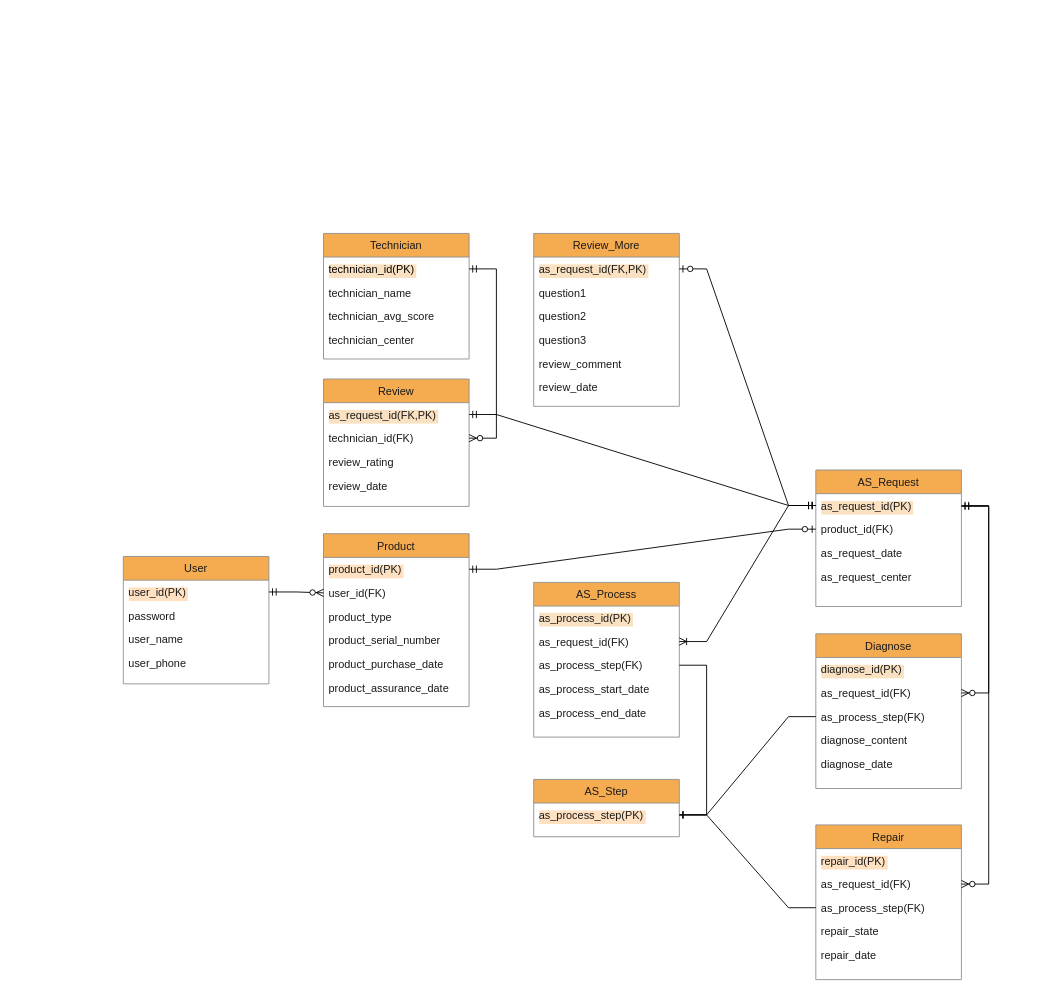
This is 인도 CS DB.drawio from coin-cidence/FIX_crawling, a draw.io file, before an edit. Source tidied: cells renumbered, new cells numbered last; positions are measured from the earlier drawing's top-left corner, leaving out a move shared by most shapes. Both pictures are drawn from the tidied source at 91%, with x=0, y=0 at pixel (123, 233).
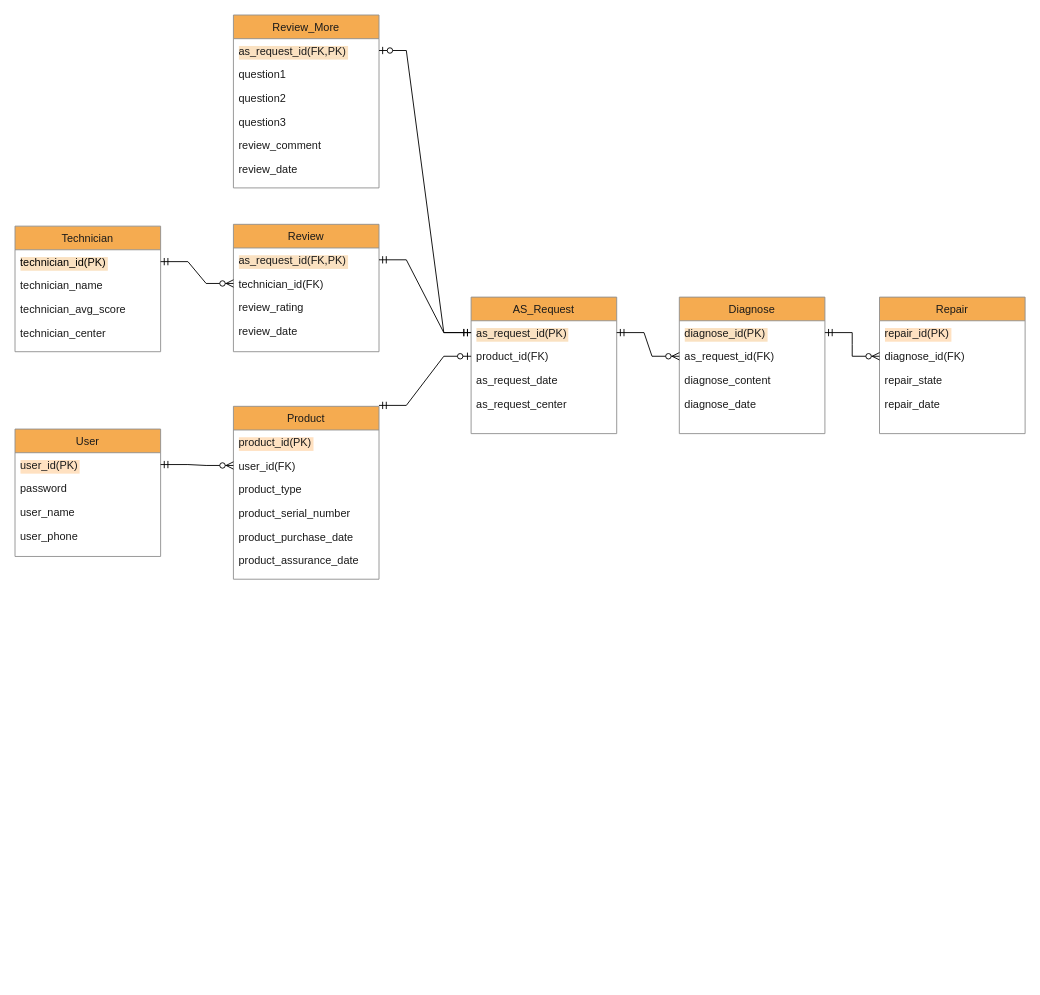
After the change.

Commit message:
인도 CS DB.drawio 업데이트

The change refers to these unchanged cells:
```xml
<mxCell id="8" value="diagnose_id(PK)" style="text;align=left;verticalAlign=top;spacingLeft=4;spacingRight=4;overflow=hidden;points=[[0,0.5],[1,0.5]];portConstraint=eastwest;fontStyle=0;rounded=0;labelBackgroundColor=#fae1c1;fontColor=#1A1A1A;" parent="7" vertex="1">
  <mxGeometry y="26" width="160" height="26" as="geometry" />
</mxCell>
<mxCell id="9" value="as_request_id(FK)" style="text;align=left;verticalAlign=top;spacingLeft=4;spacingRight=4;overflow=hidden;points=[[0,0.5],[1,0.5]];portConstraint=eastwest;rounded=0;labelBackgroundColor=none;fontColor=#1A1A1A;" parent="7" vertex="1">
  <mxGeometry y="52" width="160" height="26" as="geometry" />
</mxCell>
<mxCell id="20" value="product_id(PK)" style="text;align=left;verticalAlign=top;spacingLeft=4;spacingRight=4;overflow=hidden;points=[[0,0.5],[1,0.5]];portConstraint=eastwest;rounded=0;labelBackgroundColor=#ffe1c1;fontColor=#1A1A1A;" parent="19" vertex="1">
  <mxGeometry y="26" width="160" height="26" as="geometry" />
</mxCell>
<mxCell id="27" value="as_request_id(PK)" style="text;align=left;verticalAlign=top;spacingLeft=4;spacingRight=4;overflow=hidden;points=[[0,0.5],[1,0.5]];portConstraint=eastwest;labelBackgroundColor=#fae1c1;rounded=0;fontColor=#1A1A1A;" parent="26" vertex="1">
  <mxGeometry y="26" width="160" height="26" as="geometry" />
</mxCell>
<mxCell id="28" value="product_id(FK)" style="text;align=left;verticalAlign=top;spacingLeft=4;spacingRight=4;overflow=hidden;points=[[0,0.5],[1,0.5]];portConstraint=eastwest;rounded=0;shadow=0;html=0;labelBackgroundColor=none;fontColor=#1A1A1A;" parent="26" vertex="1">
  <mxGeometry y="52" width="160" height="26" as="geometry" />
</mxCell>
<mxCell id="32" value="technician_id(PK)" style="text;align=left;verticalAlign=top;spacingLeft=4;spacingRight=4;overflow=hidden;points=[[0,0.5],[1,0.5]];portConstraint=eastwest;rounded=0;labelBackgroundColor=#fae1c1;fontColor=#000000;" parent="31" vertex="1">
  <mxGeometry y="26" width="160" height="26" as="geometry" />
</mxCell>
<mxCell id="47" value="technician_id(FK)" style="text;align=left;verticalAlign=top;spacingLeft=4;spacingRight=4;overflow=hidden;points=[[0,0.5],[1,0.5]];portConstraint=eastwest;rounded=0;shadow=0;html=0;labelBackgroundColor=none;fontColor=#1A1A1A;" parent="45" vertex="1">
  <mxGeometry y="52" width="160" height="26" as="geometry" />
</mxCell>
```

Diff of the diagram source:
```diff
@@
     <mxCell id="2" value="User" style="swimlane;fontStyle=0;align=center;verticalAlign=top;horizontal=1;startSize=26;rounded=0;shadow=0;strokeWidth=1;labelBackgroundColor=none;fillColor=#F5AB50;strokeColor=#909090;fontColor=#1A1A1A;" parent="1" vertex="1">
-      <mxGeometry y="355" width="160" height="140" as="geometry" />
+      <mxGeometry x="-119" y="215" width="160" height="140" as="geometry" />
     </mxCell>
@@
     <mxCell id="7" value="Diagnose" style="swimlane;fontStyle=0;align=center;verticalAlign=top;horizontal=1;startSize=26;rounded=0;shadow=0;strokeWidth=1;labelBackgroundColor=none;fillColor=#F5AB50;strokeColor=#909090;fontColor=#1A1A1A;" parent="1" vertex="1">
-      <mxGeometry x="761" y="440" width="160" height="170" as="geometry" />
+      <mxGeometry x="611" y="70" width="160" height="150" as="geometry" />
     </mxCell>
@@
-    <mxCell id="10" value="as_process_step(FK)" style="text;align=left;verticalAlign=top;spacingLeft=4;spacingRight=4;overflow=hidden;points=[[0,0.5],[1,0.5]];portConstraint=eastwest;rounded=0;labelBackgroundColor=none;fontColor=#1A1A1A;" parent="7" vertex="1">
-      <mxGeometry y="78" width="160" height="26" as="geometry" />
-    </mxCell>
     <mxCell id="11" value="diagnose_content" style="text;align=left;verticalAlign=top;spacingLeft=4;spacingRight=4;overflow=hidden;rounded=0;shadow=0;html=0;labelBackgroundColor=none;fontColor=#1A1A1A;" parent="7" vertex="1">
-      <mxGeometry y="104" width="160" height="26" as="geometry" />
+      <mxGeometry y="78" width="160" height="26" as="geometry" />
     </mxCell>
     <mxCell id="12" value="diagnose_date" style="text;align=left;verticalAlign=top;spacingLeft=4;spacingRight=4;overflow=hidden;rounded=0;shadow=0;html=0;labelBackgroundColor=none;fontColor=#1A1A1A;" parent="7" vertex="1">
-      <mxGeometry y="130" width="160" height="26" as="geometry" />
+      <mxGeometry y="104" width="160" height="26" as="geometry" />
     </mxCell>
-    <mxCell id="13" value="AS_Process" style="swimlane;fontStyle=0;align=center;verticalAlign=top;horizontal=1;startSize=26;rounded=0;shadow=0;strokeWidth=1;labelBackgroundColor=none;fillColor=#F5AB50;strokeColor=#909090;fontColor=#1A1A1A;" parent="1" vertex="1">
-      <mxGeometry x="451" y="383.5" width="160" height="170" as="geometry" />
-    </mxCell>
-    <mxCell id="14" value="as_process_id(PK)" style="text;align=left;verticalAlign=top;spacingLeft=4;spacingRight=4;overflow=hidden;rounded=0;labelBackgroundColor=#fae1c1;fontColor=#1A1A1A;" parent="13" vertex="1">
-      <mxGeometry y="26" width="160" height="26" as="geometry" />
-    </mxCell>
-    <mxCell id="15" value="as_request_id(FK)" style="text;align=left;verticalAlign=top;spacingLeft=4;spacingRight=4;overflow=hidden;points=[[0,0.5],[1,0.5]];portConstraint=eastwest;rounded=0;labelBackgroundColor=none;fontColor=#1A1A1A;" parent="13" vertex="1">
-      <mxGeometry y="52" width="160" height="26" as="geometry" />
-    </mxCell>
-    <mxCell id="16" value="as_process_step(FK)" style="text;align=left;verticalAlign=top;spacingLeft=4;spacingRight=4;overflow=hidden;points=[[0,0.5],[1,0.5]];portConstraint=eastwest;rounded=0;labelBackgroundColor=none;fontColor=#1A1A1A;" parent="13" vertex="1">
-      <mxGeometry y="78" width="160" height="26" as="geometry" />
-    </mxCell>
-    <mxCell id="17" value="as_process_start_date" style="text;align=left;verticalAlign=top;spacingLeft=4;spacingRight=4;overflow=hidden;fontStyle=0;rounded=0;labelBackgroundColor=none;fontColor=#1A1A1A;" parent="13" vertex="1">
-      <mxGeometry y="104" width="160" height="26" as="geometry" />
-    </mxCell>
-    <mxCell id="18" value="as_process_end_date" style="text;align=left;verticalAlign=top;spacingLeft=4;spacingRight=4;overflow=hidden;fontStyle=0;rounded=0;labelBackgroundColor=none;fontColor=#1A1A1A;" parent="13" vertex="1">
-      <mxGeometry y="130" width="160" height="26" as="geometry" />
-    </mxCell>
     <mxCell id="19" value="Product" style="swimlane;fontStyle=0;align=center;verticalAlign=top;horizontal=1;startSize=26;rounded=0;shadow=0;strokeWidth=1;labelBackgroundColor=none;fillColor=#F5AB50;strokeColor=#909090;fontColor=#1A1A1A;" parent="1" vertex="1">
-      <mxGeometry x="220" y="330" width="160" height="190" as="geometry" />
+      <mxGeometry x="121" y="190" width="160" height="190" as="geometry" />
     </mxCell>
@@
     <mxCell id="26" value="AS_Request" style="swimlane;fontStyle=0;align=center;verticalAlign=top;horizontal=1;startSize=26;rounded=0;shadow=0;strokeWidth=1;labelBackgroundColor=none;fillColor=#F5AB50;strokeColor=#909090;fontColor=#1A1A1A;" parent="1" vertex="1">
-      <mxGeometry x="761" y="260" width="160" height="150" as="geometry" />
+      <mxGeometry x="382.2" y="70" width="160" height="150" as="geometry" />
     </mxCell>
@@
     <mxCell id="31" value="Technician" style="swimlane;fontStyle=0;align=center;verticalAlign=top;horizontal=1;startSize=26;rounded=0;shadow=0;strokeWidth=1;labelBackgroundColor=none;fillColor=#F5AB50;strokeColor=#909090;fontColor=#1A1A1A;" parent="1" vertex="1">
-      <mxGeometry x="220" width="160" height="138" as="geometry" />
+      <mxGeometry x="-119" y="-8" width="160" height="138" as="geometry" />
     </mxCell>
@@
     <mxCell id="36" style="align=right;verticalAlign=bottom;labelBackgroundColor=none;fontSize=12;rounded=0;fillColor=#F5AB50;strokeColor=#909090;fontColor=#1A1A1A;" parent="1" vertex="1">
-      <mxGeometry x="359.8" y="360" as="geometry">
+      <mxGeometry x="311" y="180" as="geometry">
         <mxPoint x="264" y="-4" as="offset" />
       </mxGeometry>
     </mxCell>
-    <mxCell id="37" value="AS_Step" style="swimlane;fontStyle=0;align=center;verticalAlign=top;horizontal=1;startSize=26;rounded=0;shadow=0;strokeWidth=1;labelBackgroundColor=none;fillColor=#F5AB50;strokeColor=#909090;fontColor=#1A1A1A;" parent="1" vertex="1">
-      <mxGeometry x="451" y="600" width="160" height="63" as="geometry" />
-    </mxCell>
-    <mxCell id="38" value="as_process_step(PK)" style="text;align=left;verticalAlign=top;spacingLeft=4;spacingRight=4;overflow=hidden;points=[[0,0.5],[1,0.5]];portConstraint=eastwest;fontStyle=0;rounded=0;labelBackgroundColor=#ffe1c1;fontColor=#1A1A1A;" parent="37" vertex="1">
-      <mxGeometry y="26" width="160" height="26" as="geometry" />
-    </mxCell>
     <mxCell id="39" value="Repair" style="swimlane;fontStyle=0;align=center;verticalAlign=top;horizontal=1;startSize=26;rounded=0;shadow=0;strokeWidth=1;labelBackgroundColor=none;fillColor=#F5AB50;strokeColor=#909090;fontColor=#1A1A1A;" parent="1" vertex="1">
-      <mxGeometry x="761" y="650" width="160" height="170" as="geometry" />
+      <mxGeometry x="831" y="70" width="160" height="150" as="geometry" />
     </mxCell>
@@
-    <mxCell id="41" value="as_request_id(FK)" style="text;align=left;verticalAlign=top;spacingLeft=4;spacingRight=4;overflow=hidden;points=[[0,0.5],[1,0.5]];portConstraint=eastwest;rounded=0;labelBackgroundColor=none;fontColor=#1A1A1A;" parent="39" vertex="1">
+    <mxCell id="41" value="diagnose_id(FK)" style="text;align=left;verticalAlign=top;spacingLeft=4;spacingRight=4;overflow=hidden;points=[[0,0.5],[1,0.5]];portConstraint=eastwest;rounded=0;labelBackgroundColor=none;fontColor=#1A1A1A;textShadow=0;" parent="39" vertex="1">
       <mxGeometry y="52" width="160" height="26" as="geometry" />
     </mxCell>
-    <mxCell id="42" value="as_process_step(FK)" style="text;align=left;verticalAlign=top;spacingLeft=4;spacingRight=4;overflow=hidden;points=[[0,0.5],[1,0.5]];portConstraint=eastwest;rounded=0;labelBackgroundColor=none;fontColor=#1A1A1A;" parent="39" vertex="1">
-      <mxGeometry y="78" width="160" height="26" as="geometry" />
-    </mxCell>
     <mxCell id="43" value="repair_state" style="text;align=left;verticalAlign=top;spacingLeft=4;spacingRight=4;overflow=hidden;rounded=0;shadow=0;html=0;labelBackgroundColor=none;fontColor=#1A1A1A;" parent="39" vertex="1">
-      <mxGeometry y="104" width="160" height="26" as="geometry" />
+      <mxGeometry y="78" width="160" height="26" as="geometry" />
     </mxCell>
     <mxCell id="44" value="repair_date" style="text;align=left;verticalAlign=top;spacingLeft=4;spacingRight=4;overflow=hidden;rounded=0;shadow=0;html=0;labelBackgroundColor=none;fontColor=#1A1A1A;" parent="39" vertex="1">
-      <mxGeometry y="130" width="160" height="26" as="geometry" />
+      <mxGeometry y="104" width="160" height="26" as="geometry" />
     </mxCell>
     <mxCell id="45" value="Review" style="swimlane;fontStyle=0;align=center;verticalAlign=top;horizontal=1;startSize=26;rounded=0;shadow=0;strokeWidth=1;labelBackgroundColor=none;fillColor=#F5AB50;strokeColor=#909090;fontColor=#1A1A1A;" parent="1" vertex="1">
-      <mxGeometry x="220" y="160" width="160" height="140" as="geometry" />
+      <mxGeometry x="121" y="-10" width="160" height="140" as="geometry" />
     </mxCell>
@@
     <mxCell id="50" value="Review_More" style="swimlane;fontStyle=0;align=center;verticalAlign=top;horizontal=1;startSize=26;rounded=0;shadow=0;strokeWidth=1;labelBackgroundColor=none;fillColor=#F5AB50;strokeColor=#909090;fontColor=#1A1A1A;" parent="1" vertex="1">
-      <mxGeometry x="451" width="160" height="190" as="geometry" />
+      <mxGeometry x="121" y="-240" width="160" height="190" as="geometry" />
     </mxCell>
@@
-    <mxCell id="58" style="edgeStyle=entityRelationEdgeStyle;fontSize=12;html=1;endArrow=ERzeroToOne;startArrow=ERmandOne;rounded=0;exitX=1;exitY=0.5;exitDx=0;exitDy=0;entryX=0;entryY=0.5;entryDx=0;entryDy=0;" parent="1" edge="1" source="20" target="28">
-      <mxGeometry relative="1" as="geometry" />
+    <mxCell id="58" style="edgeStyle=entityRelationEdgeStyle;fontSize=12;html=1;endArrow=ERzeroToOne;startArrow=ERmandOne;rounded=0;exitX=1;exitY=0.5;exitDx=0;exitDy=0;entryX=0;entryY=0.5;entryDx=0;entryDy=0;" parent="1" edge="1" target="28">
+      <mxGeometry relative="1" as="geometry">
+        <mxPoint x="281" y="189" as="sourcePoint" />
+      </mxGeometry>
     </mxCell>
@@
-    <mxCell id="60" style="edgeStyle=entityRelationEdgeStyle;fontSize=12;html=1;endArrow=ERzeroToMany;startArrow=ERmandOne;rounded=0;exitX=1;exitY=0.5;exitDx=0;exitDy=0;entryX=1;entryY=0.5;entryDx=0;entryDy=0;" parent="1" edge="1" source="32" target="47">
+    <mxCell id="60" style="edgeStyle=entityRelationEdgeStyle;fontSize=12;html=1;endArrow=ERzeroToMany;startArrow=ERmandOne;rounded=0;exitX=1;exitY=0.5;exitDx=0;exitDy=0;entryX=0;entryY=0.5;entryDx=0;entryDy=0;" parent="1" edge="1" source="32" target="47">
       <mxGeometry relative="1" as="geometry">
         <Array as="points">
           <mxPoint x="40" y="131" />
           <mxPoint x="100" y="130" />
           <mxPoint x="400" y="120" />
           <mxPoint x="40" y="131" />
           <mxPoint x="40" y="131" />
           <mxPoint x="120" y="170" />
           <mxPoint x="30" y="131" />
           <mxPoint x="60" y="171" />
         </Array>
       </mxGeometry>
     </mxCell>
@@
-    <mxCell id="62" style="edgeStyle=entityRelationEdgeStyle;fontSize=12;html=1;endArrow=ERone;endFill=1;rounded=0;entryX=1;entryY=0.5;entryDx=0;entryDy=0;exitX=1;exitY=0.5;exitDx=0;exitDy=0;" parent="1" edge="1" source="16" target="38">
-      <mxGeometry relative="1" as="geometry">
-        <Array as="points">
-          <mxPoint x="451" y="583.5" />
-        </Array>
-      </mxGeometry>
-    </mxCell>
-    <mxCell id="63" style="edgeStyle=entityRelationEdgeStyle;fontSize=12;html=1;endArrow=ERoneToMany;startArrow=ERmandOne;rounded=0;entryX=1;entryY=0.5;entryDx=0;entryDy=0;exitX=0;exitY=0.5;exitDx=0;exitDy=0;" parent="1" edge="1" source="27" target="15">
-      <mxGeometry relative="1" as="geometry">
-        <Array as="points">
-          <mxPoint x="591" y="400" />
-        </Array>
-      </mxGeometry>
-    </mxCell>
-    <mxCell id="64" style="edgeStyle=entityRelationEdgeStyle;fontSize=12;html=1;endArrow=ERzeroToMany;startArrow=ERmandOne;rounded=0;entryX=1;entryY=0.5;entryDx=0;entryDy=0;" parent="1" edge="1" target="41">
-      <mxGeometry relative="1" as="geometry">
-        <mxPoint x="921" y="300" as="sourcePoint" />
-      </mxGeometry>
+    <mxCell id="64" style="edgeStyle=entityRelationEdgeStyle;fontSize=12;html=1;endArrow=ERzeroToMany;startArrow=ERmandOne;rounded=0;entryX=0;entryY=0.5;entryDx=0;entryDy=0;exitX=1;exitY=0.5;exitDx=0;exitDy=0;" parent="1" edge="1" source="8" target="41">
+      <mxGeometry relative="1" as="geometry" />
     </mxCell>
-    <mxCell id="65" style="edgeStyle=entityRelationEdgeStyle;fontSize=12;html=1;endArrow=ERzeroToMany;startArrow=ERmandOne;rounded=0;exitX=1;exitY=0.5;exitDx=0;exitDy=0;entryX=1;entryY=0.5;entryDx=0;entryDy=0;" parent="1" edge="1" source="27" target="9">
+    <mxCell id="65" style="edgeStyle=entityRelationEdgeStyle;fontSize=12;html=1;endArrow=ERzeroToMany;startArrow=ERmandOne;rounded=0;exitX=1;exitY=0.5;exitDx=0;exitDy=0;entryX=0;entryY=0.5;entryDx=0;entryDy=0;" parent="1" edge="1" source="27" target="9">
       <mxGeometry relative="1" as="geometry" />
     </mxCell>
-    <mxCell id="66" style="edgeStyle=entityRelationEdgeStyle;fontSize=12;html=1;endArrow=ERone;endFill=1;rounded=0;entryX=1;entryY=0.5;entryDx=0;entryDy=0;exitX=0;exitY=0.5;exitDx=0;exitDy=0;" parent="1" edge="1" source="10" target="38">
-      <mxGeometry relative="1" as="geometry">
-        <Array as="points">
-          <mxPoint x="428" y="842" />
-        </Array>
-      </mxGeometry>
-    </mxCell>
-    <mxCell id="67" style="edgeStyle=entityRelationEdgeStyle;fontSize=12;html=1;endArrow=ERone;endFill=1;rounded=0;entryX=1;entryY=0.5;entryDx=0;entryDy=0;exitX=0;exitY=0.5;exitDx=0;exitDy=0;" parent="1" edge="1" source="42" target="38">
-      <mxGeometry relative="1" as="geometry">
-        <Array as="points">
-          <mxPoint x="291" y="869" />
-        </Array>
-      </mxGeometry>
-    </mxCell>
```
